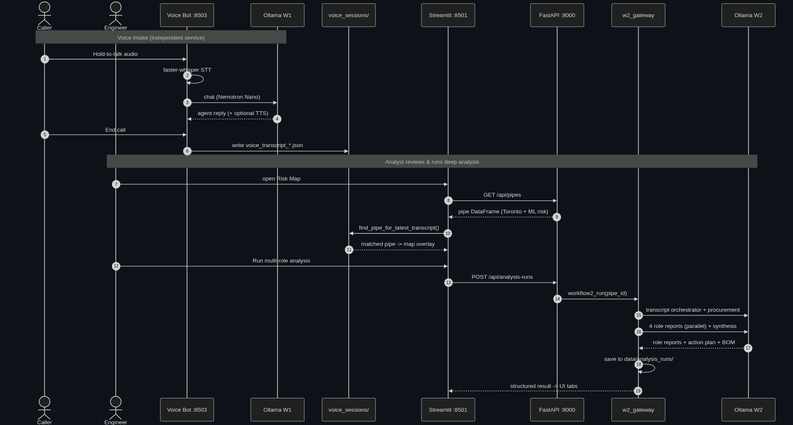
Above: docs/flows.png in BradleyLi/SubSurface (Mermaid), before the change. Its source is kept beside it as docs/flows.mmd.
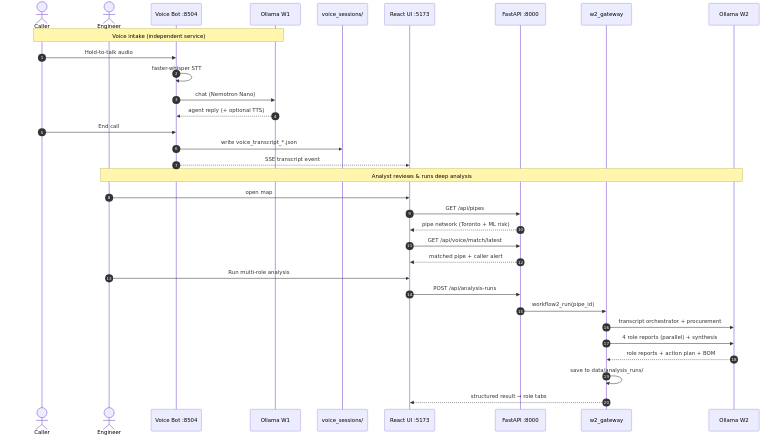
The same diagram one commit later.

The edit, as a diff of the source:
```diff
@@ -2,10 +2,10 @@
     autonumber
     actor Caller
     actor Engineer
-    participant Voice as Voice Bot :8503
+    participant Voice as Voice Bot :8504
     participant W1 as Ollama W1
     participant FS as voice_sessions/
-    participant UI as Streamlit :8501
+    participant UI as React UI :5173
     participant API as FastAPI :8000
     participant GW2 as w2_gateway
     participant W2 as Ollama W2
@@ -17,13 +17,14 @@
     W1-->>Voice: agent reply (+ optional TTS)
     Caller->>Voice: End call
     Voice->>FS: write voice_transcript_*.json
+    Voice-->>UI: SSE transcript event
 
     Note over Engineer,W2: Analyst reviews & runs deep analysis
-    Engineer->>UI: open Risk Map
+    Engineer->>UI: open map
     UI->>API: GET /api/pipes
-    API-->>UI: pipe DataFrame (Toronto + ML risk)
-    UI->>FS: find_pipe_for_latest_transcript()
-    FS-->>UI: matched pipe -> map overlay
+    API-->>UI: pipe network (Toronto + ML risk)
+    UI->>API: GET /api/voice/match/latest
+    API-->>UI: matched pipe + caller alert
     Engineer->>UI: Run multi-role analysis
     UI->>API: POST /api/analysis-runs
     API->>GW2: workflow2_run(pipe_id)
@@ -31,4 +32,4 @@
     GW2->>W2: 4 role reports (parallel) + synthesis
     W2-->>GW2: role reports + action plan + BOM
     GW2->>GW2: save to data/analysis_runs/
-    GW2-->>UI: structured result -> UI tabs
+    GW2-->>UI: structured result → role tabs
```
